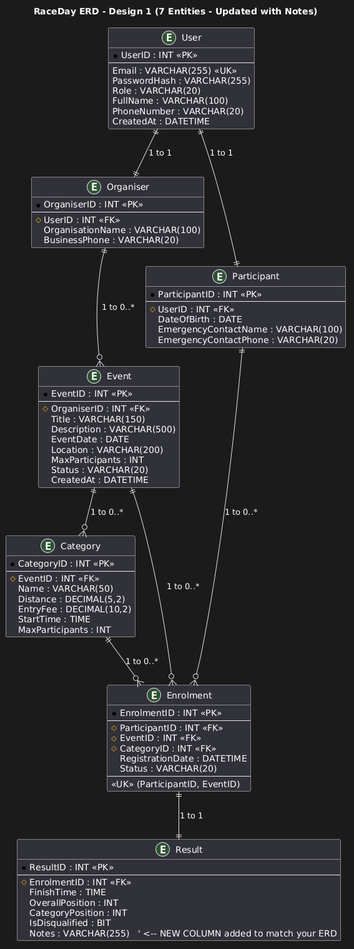
This is docs/erd.png from Sophycoder519/RaceDay-POE, a PlantUML export, as it was before one commit. Its diagram source:
```plantuml
@startuml
title RaceDay ERD - Design 1 (7 Entities - Updated with Notes)

entity "User" as user {
  * UserID : INT <<PK>>
  ---
  Email : VARCHAR(255) <<UK>>
  PasswordHash : VARCHAR(255)
  Role : VARCHAR(20)
  FullName : VARCHAR(100)
  PhoneNumber : VARCHAR(20)
  CreatedAt : DATETIME
}

entity "Organiser" as organiser {
  * OrganiserID : INT <<PK>>
  ---
  # UserID : INT <<FK>>
  OrganisationName : VARCHAR(100)
  BusinessPhone : VARCHAR(20)
}

entity "Participant" as participant {
  * ParticipantID : INT <<PK>>
  ---
  # UserID : INT <<FK>>
  DateOfBirth : DATE
  EmergencyContactName : VARCHAR(100)
  EmergencyContactPhone : VARCHAR(20)
}

entity "Event" as event {
  * EventID : INT <<PK>>
  ---
  # OrganiserID : INT <<FK>>
  Title : VARCHAR(150)
  Description : VARCHAR(500)
  EventDate : DATE
  Location : VARCHAR(200)
  MaxParticipants : INT
  Status : VARCHAR(20)
  CreatedAt : DATETIME
}

entity "Category" as category {
  * CategoryID : INT <<PK>>
  ---
  # EventID : INT <<FK>>
  Name : VARCHAR(50)
  Distance : DECIMAL(5,2)
  EntryFee : DECIMAL(10,2)
  StartTime : TIME
  MaxParticipants : INT
}

entity "Enrolment" as enrolment {
  * EnrolmentID : INT <<PK>>
  ---
  # ParticipantID : INT <<FK>>
  # EventID : INT <<FK>>
  # CategoryID : INT <<FK>>
  RegistrationDate : DATETIME
  Status : VARCHAR(20)
  --
  <<UK>> (ParticipantID, EventID)
}

entity "Result" as result {
  * ResultID : INT <<PK>>
  ---
  # EnrolmentID : INT <<FK>>
  FinishTime : TIME
  OverallPosition : INT
  CategoryPosition : INT
  IsDisqualified : BIT
  Notes : VARCHAR(255)   ' <-- NEW COLUMN added to match your ERD
}

user ||--|| organiser : "1 to 1"

user ||--|| participant : "1 to 1"

organiser ||--o{ event : "1 to 0..*"

event ||--o{ category : "1 to 0..*"

participant ||--o{ enrolment : "1 to 0..*"

event ||--o{ enrolment : "1 to 0..*"

category ||--o{ enrolment : "1 to 0..*"

enrolment ||--|| result : "1 to 1"
@enduml
```
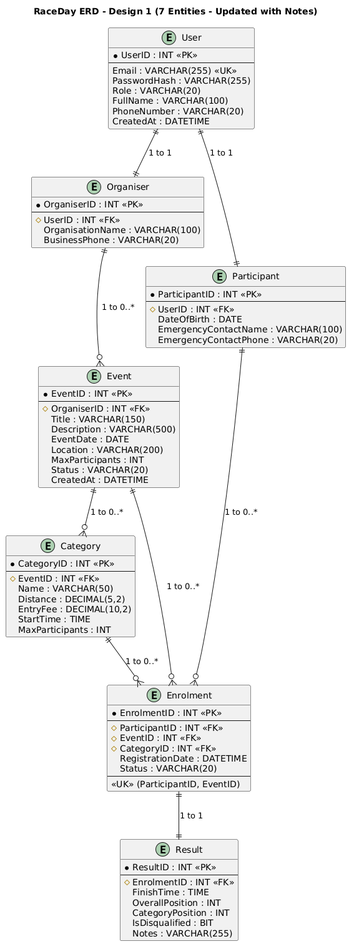
Above is the later version.

Commit message:
Add ERD image for CI validation

Change to the diagram source:
```diff
@@ -73,7 +73,7 @@
   OverallPosition : INT
   CategoryPosition : INT
   IsDisqualified : BIT
-  Notes : VARCHAR(255)   ' <-- NEW COLUMN added to match your ERD
+  Notes : VARCHAR(255)
 }
 
 user ||--|| organiser : "1 to 1"
```
